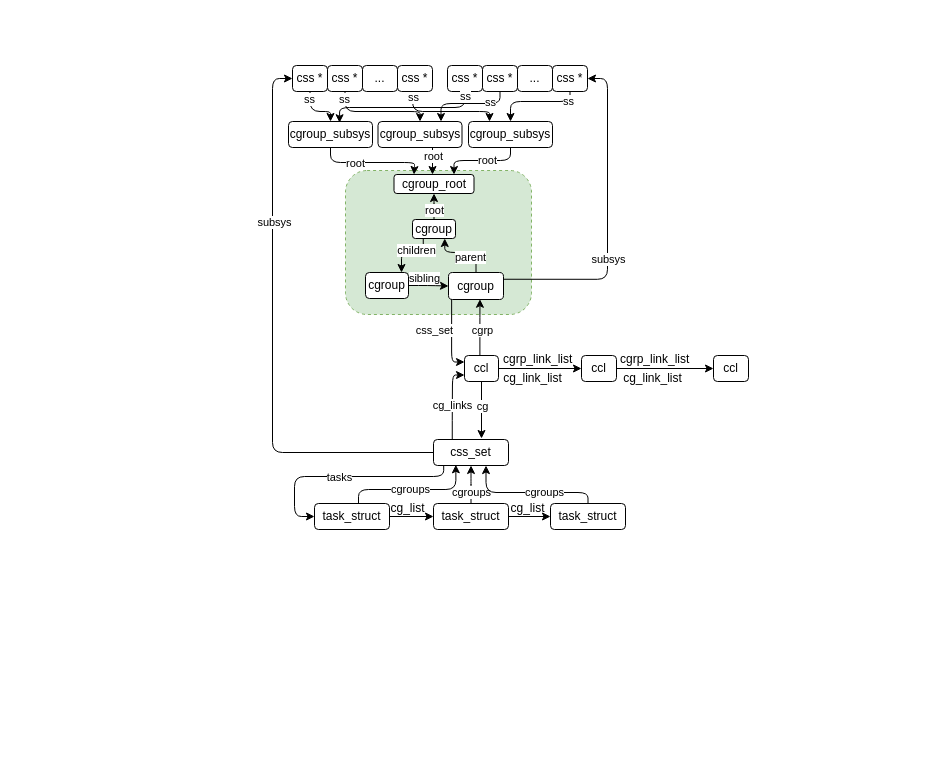
jasonactions/graph keeps this draw.io diagram as cgroup.drawio. Above is the earlier version. Source tidied: cells renumbered, new cells numbered last; positions are measured from the earlier drawing's top-left corner, leaving out a move shared by most shapes. Both pictures are drawn from the tidied source at 100%, with x=0, y=0 at pixel (288, 65).
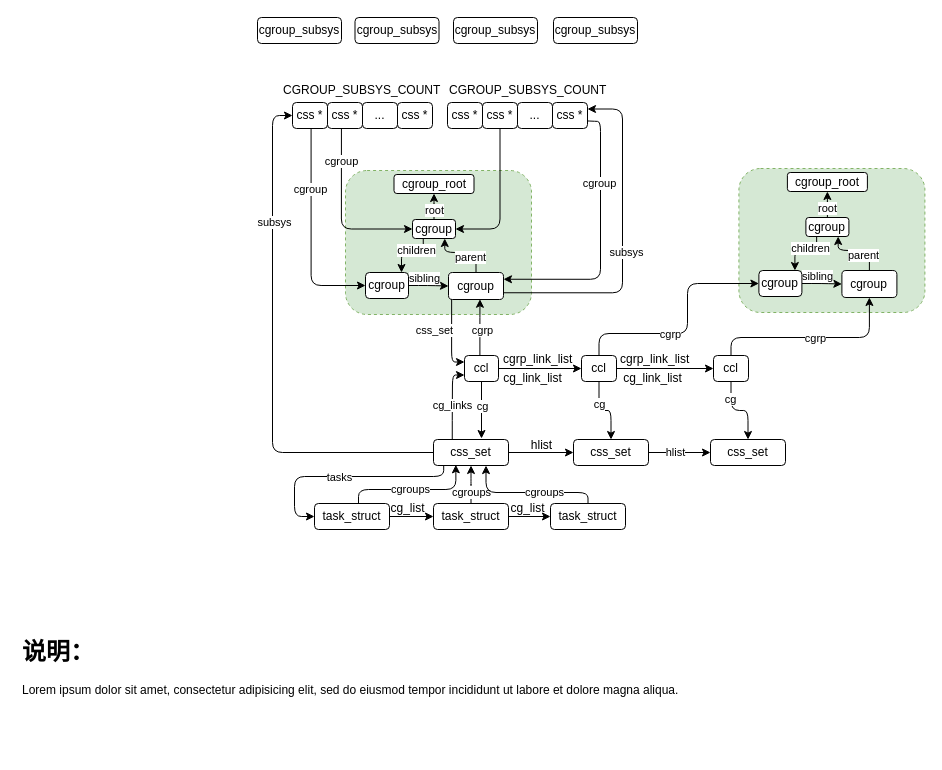
The same diagram, later.

Unchanged cells that the change refers to:
```xml
<mxCell id="15" value="css_set" style="rounded=1;whiteSpace=wrap;html=1;" parent="1" vertex="1">
  <mxGeometry x="145" y="374" width="75" height="26" as="geometry" />
</mxCell>
<mxCell id="38" value="cgroup" style="rounded=1;whiteSpace=wrap;html=1;" parent="1" vertex="1">
  <mxGeometry x="160" y="207" width="55" height="27" as="geometry" />
</mxCell>
<mxCell id="49" value="cgroup" style="rounded=1;whiteSpace=wrap;html=1;" parent="1" vertex="1">
  <mxGeometry x="77" y="207" width="43" height="26" as="geometry" />
</mxCell>
<mxCell id="54" value="cgroup" style="rounded=1;whiteSpace=wrap;html=1;" parent="1" vertex="1">
  <mxGeometry x="124" y="154" width="43" height="19" as="geometry" />
</mxCell>
<mxCell id="55" value="cgroup_root" style="rounded=1;whiteSpace=wrap;html=1;" parent="1" vertex="1">
  <mxGeometry x="105.5" y="109" width="80" height="19" as="geometry" />
</mxCell>
<mxCell id="62" value="ccl" style="rounded=1;whiteSpace=wrap;html=1;" parent="1" vertex="1">
  <mxGeometry x="293" y="290" width="35" height="26" as="geometry" />
</mxCell>
<mxCell id="63" value="ccl" style="rounded=1;whiteSpace=wrap;html=1;" parent="1" vertex="1">
  <mxGeometry x="425" y="290" width="35" height="26" as="geometry" />
</mxCell>
```

Change to the diagram source:
```diff
@@
+    <mxCell id="81" style="rounded=1;whiteSpace=wrap;html=1;fillColor=#d5e8d4;dashed=1;strokeColor=#82b366;" parent="1" vertex="1">
+      <mxGeometry x="450.4" y="103" width="186" height="144" as="geometry" />
+    </mxCell>
@@
+    <mxCell id="82" style="edgeStyle=orthogonalEdgeStyle;rounded=1;jettySize=auto;html=1;" parent="1" edge="1" source="15" target="100">
+      <mxGeometry relative="1" as="geometry" />
+    </mxCell>
@@
-    <mxCell id="22" style="edgeStyle=orthogonalEdgeStyle;rounded=1;jettySize=auto;html=1;entryX=0.5;entryY=0;entryDx=0;entryDy=0;" parent="1" edge="1" source="24" target="70">
-      <mxGeometry relative="1" as="geometry" />
-    </mxCell>
-    <mxCell id="23" value="ss" style="edgeLabel;html=1;align=center;verticalAlign=middle;rounded=1;" parent="22" vertex="1">
-      <mxGeometry x="-0.71" y="-1" relative="1" as="geometry" />
-    </mxCell>
+    <mxCell id="83" style="edgeStyle=orthogonalEdgeStyle;rounded=1;jettySize=auto;html=1;entryX=0;entryY=0.5;entryDx=0;entryDy=0;exitX=0.531;exitY=1.02;exitDx=0;exitDy=0;exitPerimeter=0;" parent="1" edge="1" source="24" target="49">
+      <mxGeometry relative="1" as="geometry">
+        <Array as="points">
+          <mxPoint x="23" y="220" />
+        </Array>
+      </mxGeometry>
+    </mxCell>
+    <mxCell id="84" value="cgroup" style="edgeLabel;html=1;align=center;verticalAlign=middle;" parent="83" vertex="1">
+      <mxGeometry x="-0.67" relative="1" as="geometry">
+        <mxPoint x="-1" y="25" as="offset" />
+      </mxGeometry>
+    </mxCell>
     <mxCell id="24" value="css *" style="rounded=1;whiteSpace=wrap;html=1;" parent="1" vertex="1">
-      <mxGeometry x="4" width="35" height="26" as="geometry" />
+      <mxGeometry x="4" y="37" width="35" height="26" as="geometry" />
     </mxCell>
-    <mxCell id="25" style="edgeStyle=orthogonalEdgeStyle;rounded=1;jettySize=auto;html=1;entryX=0.5;entryY=0;entryDx=0;entryDy=0;exitX=0.5;exitY=1;exitDx=0;exitDy=0;" parent="1" edge="1" source="27" target="76">
-      <mxGeometry relative="1" as="geometry">
-        <Array as="points">
-          <mxPoint x="57" y="46" />
-          <mxPoint x="132" y="46" />
-        </Array>
-      </mxGeometry>
-    </mxCell>
-    <mxCell id="26" value="ss" style="edgeLabel;html=1;align=center;verticalAlign=middle;rounded=1;" parent="25" vertex="1">
-      <mxGeometry x="-0.87" y="-1" relative="1" as="geometry" />
-    </mxCell>
+    <mxCell id="85" style="edgeStyle=orthogonalEdgeStyle;rounded=1;jettySize=auto;html=1;entryX=0;entryY=0.5;entryDx=0;entryDy=0;exitX=0.398;exitY=1.007;exitDx=0;exitDy=0;exitPerimeter=0;" parent="1" edge="1" source="27" target="54">
+      <mxGeometry relative="1" as="geometry" />
+    </mxCell>
+    <mxCell id="86" value="cgroup" style="edgeLabel;html=1;align=center;verticalAlign=middle;" parent="85" vertex="1">
+      <mxGeometry x="-0.63" relative="1" as="geometry" />
+    </mxCell>
     <mxCell id="27" value="css *" style="rounded=1;whiteSpace=wrap;html=1;" parent="1" vertex="1">
-      <mxGeometry x="39" width="35" height="26" as="geometry" />
+      <mxGeometry x="39" y="37" width="35" height="26" as="geometry" />
     </mxCell>
     <mxCell id="28" value="..." style="rounded=1;whiteSpace=wrap;html=1;" parent="1" vertex="1">
-      <mxGeometry x="74" width="35" height="26" as="geometry" />
+      <mxGeometry x="74" y="37" width="35" height="26" as="geometry" />
     </mxCell>
-    <mxCell id="29" style="edgeStyle=orthogonalEdgeStyle;rounded=1;jettySize=auto;html=1;entryX=0.25;entryY=0;entryDx=0;entryDy=0;exitX=0.429;exitY=0.995;exitDx=0;exitDy=0;exitPerimeter=0;" parent="1" edge="1" source="31" target="73">
-      <mxGeometry relative="1" as="geometry">
-        <Array as="points">
-          <mxPoint x="124" y="46" />
-          <mxPoint x="201" y="46" />
-        </Array>
-      </mxGeometry>
-    </mxCell>
-    <mxCell id="30" value="ss" style="edgeLabel;html=1;align=center;verticalAlign=middle;rounded=1;" parent="29" vertex="1">
-      <mxGeometry x="-0.88" relative="1" as="geometry" />
-    </mxCell>
     <mxCell id="31" value="css *" style="rounded=1;whiteSpace=wrap;html=1;" parent="1" vertex="1">
-      <mxGeometry x="109" width="35" height="26" as="geometry" />
+      <mxGeometry x="109" y="37" width="35" height="26" as="geometry" />
     </mxCell>
-    <mxCell id="32" style="edgeStyle=orthogonalEdgeStyle;rounded=1;jettySize=auto;html=1;entryX=1;entryY=0.5;entryDx=0;entryDy=0;exitX=1;exitY=0.25;exitDx=0;exitDy=0;" parent="1" edge="1" source="38" target="46">
-      <mxGeometry relative="1" as="geometry" />
+    <mxCell id="32" style="edgeStyle=orthogonalEdgeStyle;rounded=1;jettySize=auto;html=1;entryX=1;entryY=0.25;entryDx=0;entryDy=0;exitX=1;exitY=0.75;exitDx=0;exitDy=0;" parent="1" edge="1" source="38" target="46">
+      <mxGeometry relative="1" as="geometry">
+        <Array as="points">
+          <mxPoint x="334" y="227" />
+          <mxPoint x="334" y="43" />
+          <mxPoint x="299" y="43" />
+        </Array>
+      </mxGeometry>
     </mxCell>
     <mxCell id="33" value="subsys" style="edgeLabel;html=1;align=center;verticalAlign=middle;rounded=1;" parent="32" vertex="1">
       <mxGeometry x="-0.35" y="2" relative="1" as="geometry">
-        <mxPoint x="2" y="-18" as="offset" />
+        <mxPoint x="12" y="-39" as="offset" />
       </mxGeometry>
     </mxCell>
@@
     <mxCell id="39" value="css *" style="rounded=1;whiteSpace=wrap;html=1;" parent="1" vertex="1">
-      <mxGeometry x="159" width="35" height="26" as="geometry" />
+      <mxGeometry x="159" y="37" width="35" height="26" as="geometry" />
     </mxCell>
-    <mxCell id="40" style="edgeStyle=orthogonalEdgeStyle;rounded=1;jettySize=auto;html=1;entryX=0.75;entryY=0;entryDx=0;entryDy=0;exitX=0.5;exitY=1;exitDx=0;exitDy=0;" parent="1" edge="1" source="42" target="76">
-      <mxGeometry relative="1" as="geometry">
-        <Array as="points">
-          <mxPoint x="212" y="38" />
-          <mxPoint x="153" y="38" />
-        </Array>
-      </mxGeometry>
-    </mxCell>
-    <mxCell id="41" value="ss" style="edgeLabel;html=1;align=center;verticalAlign=middle;rounded=1;" parent="40" vertex="1">
-      <mxGeometry x="-0.83" y="-1" relative="1" as="geometry">
-        <mxPoint x="-9" y="2" as="offset" />
-      </mxGeometry>
-    </mxCell>
+    <mxCell id="87" style="edgeStyle=orthogonalEdgeStyle;rounded=1;jettySize=auto;html=1;entryX=1;entryY=0.5;entryDx=0;entryDy=0;exitX=0.5;exitY=1;exitDx=0;exitDy=0;" parent="1" edge="1" source="42" target="54">
+      <mxGeometry relative="1" as="geometry" />
+    </mxCell>
     <mxCell id="42" value="css *" style="rounded=1;whiteSpace=wrap;html=1;" parent="1" vertex="1">
-      <mxGeometry x="194" width="35" height="26" as="geometry" />
+      <mxGeometry x="194" y="37" width="35" height="26" as="geometry" />
     </mxCell>
     <mxCell id="43" value="..." style="rounded=1;whiteSpace=wrap;html=1;" parent="1" vertex="1">
-      <mxGeometry x="229" width="35" height="26" as="geometry" />
+      <mxGeometry x="229" y="37" width="35" height="26" as="geometry" />
     </mxCell>
-    <mxCell id="44" style="edgeStyle=orthogonalEdgeStyle;rounded=1;jettySize=auto;html=1;entryX=0.5;entryY=0;entryDx=0;entryDy=0;" parent="1" edge="1" source="46" target="73">
-      <mxGeometry relative="1" as="geometry">
-        <Array as="points">
-          <mxPoint x="282" y="36" />
-          <mxPoint x="222" y="36" />
-        </Array>
-      </mxGeometry>
-    </mxCell>
-    <mxCell id="45" value="ss" style="edgeLabel;html=1;align=center;verticalAlign=middle;rounded=1;" parent="44" vertex="1">
-      <mxGeometry x="-0.73" y="-1" relative="1" as="geometry" />
-    </mxCell>
+    <mxCell id="88" style="edgeStyle=orthogonalEdgeStyle;rounded=1;jettySize=auto;html=1;entryX=1;entryY=0.25;entryDx=0;entryDy=0;exitX=0.997;exitY=0.71;exitDx=0;exitDy=0;exitPerimeter=0;" parent="1" edge="1" source="46" target="38">
+      <mxGeometry relative="1" as="geometry">
+        <Array as="points">
+          <mxPoint x="300" y="55" />
+          <mxPoint x="312" y="56" />
+          <mxPoint x="312" y="214" />
+        </Array>
+      </mxGeometry>
+    </mxCell>
+    <mxCell id="89" value="cgroup" style="edgeLabel;html=1;align=center;verticalAlign=middle;" parent="88" vertex="1">
+      <mxGeometry x="-0.44" y="-2" relative="1" as="geometry" />
+    </mxCell>
     <mxCell id="46" value="css *" style="rounded=1;whiteSpace=wrap;html=1;" parent="1" vertex="1">
-      <mxGeometry x="264" width="35" height="26" as="geometry" />
+      <mxGeometry x="264" y="37" width="35" height="26" as="geometry" />
     </mxCell>
@@
+    <mxCell id="90" style="edgeStyle=orthogonalEdgeStyle;rounded=1;jettySize=auto;html=1;" parent="1" edge="1" source="62" target="100">
+      <mxGeometry relative="1" as="geometry" />
+    </mxCell>
+    <mxCell id="91" value="cg" style="edgeLabel;html=1;align=center;verticalAlign=middle;" parent="90" vertex="1">
+      <mxGeometry x="-0.37" relative="1" as="geometry" />
+    </mxCell>
+    <mxCell id="92" style="edgeStyle=orthogonalEdgeStyle;rounded=1;jettySize=auto;html=1;entryX=0;entryY=0.5;entryDx=0;entryDy=0;" parent="1" edge="1" source="62" target="112">
+      <mxGeometry relative="1" as="geometry">
+        <Array as="points">
+          <mxPoint x="310" y="268" />
+          <mxPoint x="399" y="268" />
+          <mxPoint x="399" y="218" />
+        </Array>
+      </mxGeometry>
+    </mxCell>
+    <mxCell id="93" value="cgrp" style="edgeLabel;html=1;align=center;verticalAlign=middle;" parent="92" vertex="1">
+      <mxGeometry x="-0.2" relative="1" as="geometry" />
+    </mxCell>
@@
+    <mxCell id="94" style="edgeStyle=orthogonalEdgeStyle;rounded=1;jettySize=auto;html=1;entryX=0.5;entryY=0;entryDx=0;entryDy=0;" parent="1" edge="1" source="63" target="101">
+      <mxGeometry relative="1" as="geometry" />
+    </mxCell>
+    <mxCell id="95" value="cg" style="edgeLabel;html=1;align=center;verticalAlign=middle;" parent="94" vertex="1">
+      <mxGeometry x="-0.55" y="-1" relative="1" as="geometry" />
+    </mxCell>
+    <mxCell id="96" style="edgeStyle=orthogonalEdgeStyle;rounded=1;jettySize=auto;html=1;entryX=0.5;entryY=1;entryDx=0;entryDy=0;" parent="1" edge="1" source="63" target="109">
+      <mxGeometry relative="1" as="geometry">
+        <Array as="points">
+          <mxPoint x="442" y="272" />
+          <mxPoint x="581" y="272" />
+        </Array>
+      </mxGeometry>
+    </mxCell>
+    <mxCell id="97" value="cgrp" style="edgeLabel;html=1;align=center;verticalAlign=middle;" parent="96" vertex="1">
+      <mxGeometry x="0.04" relative="1" as="geometry" />
+    </mxCell>
@@
-    <mxCell id="68" style="edgeStyle=orthogonalEdgeStyle;rounded=1;jettySize=auto;html=1;entryX=0.25;entryY=0;entryDx=0;entryDy=0;exitX=0.5;exitY=1;exitDx=0;exitDy=0;" parent="1" edge="1" source="70" target="55">
-      <mxGeometry relative="1" as="geometry">
-        <Array as="points">
-          <mxPoint x="42" y="97" />
-          <mxPoint x="126" y="97" />
-          <mxPoint x="126" y="101" />
-          <mxPoint x="126" y="101" />
-        </Array>
-      </mxGeometry>
-    </mxCell>
-    <mxCell id="69" value="root" style="edgeLabel;html=1;align=center;verticalAlign=middle;rounded=1;" parent="68" vertex="1">
-      <mxGeometry x="-0.3" relative="1" as="geometry" />
-    </mxCell>
     <mxCell id="70" value="cgroup_subsys" style="rounded=1;whiteSpace=wrap;html=1;" parent="1" vertex="1">
-      <mxGeometry y="56" width="84" height="26" as="geometry" />
+      <mxGeometry x="-31" y="-48" width="84" height="26" as="geometry" />
     </mxCell>
-    <mxCell id="71" style="edgeStyle=orthogonalEdgeStyle;rounded=1;jettySize=auto;html=1;entryX=0.75;entryY=0;entryDx=0;entryDy=0;" parent="1" edge="1" source="73" target="55">
-      <mxGeometry relative="1" as="geometry">
-        <Array as="points">
-          <mxPoint x="222" y="95" />
-          <mxPoint x="166" y="95" />
-        </Array>
-      </mxGeometry>
-    </mxCell>
-    <mxCell id="72" value="root" style="edgeLabel;html=1;align=center;verticalAlign=middle;rounded=1;" parent="71" vertex="1">
-      <mxGeometry x="-0.11" y="-1" relative="1" as="geometry" />
-    </mxCell>
     <mxCell id="73" value="cgroup_subsys" style="rounded=1;whiteSpace=wrap;html=1;" parent="1" vertex="1">
-      <mxGeometry x="180" y="56" width="84" height="26" as="geometry" />
+      <mxGeometry x="165" y="-48" width="84" height="26" as="geometry" />
     </mxCell>
-    <mxCell id="74" style="edgeStyle=orthogonalEdgeStyle;rounded=1;orthogonalLoop=1;jettySize=auto;html=1;entryX=0.5;entryY=0;entryDx=0;entryDy=0;exitX=0.696;exitY=0.969;exitDx=0;exitDy=0;exitPerimeter=0;" parent="1" edge="1">
-      <mxGeometry relative="1" as="geometry">
-        <mxPoint x="144" y="81.2" as="sourcePoint" />
-        <mxPoint x="144" y="109" as="targetPoint" />
-      </mxGeometry>
-    </mxCell>
-    <mxCell id="75" value="root" style="edgeLabel;html=1;align=center;verticalAlign=middle;rounded=1;" parent="74" vertex="1">
-      <mxGeometry x="-0.35" y="1" relative="1" as="geometry">
-        <mxPoint x="-1" as="offset" />
-      </mxGeometry>
-    </mxCell>
     <mxCell id="76" value="cgroup_subsys" style="rounded=1;whiteSpace=wrap;html=1;" parent="1" vertex="1">
-      <mxGeometry x="89.5" y="56" width="84" height="26" as="geometry" />
+      <mxGeometry x="66.5" y="-48" width="84" height="26" as="geometry" />
     </mxCell>
-    <mxCell id="77" style="edgeStyle=orthogonalEdgeStyle;rounded=1;jettySize=auto;html=1;entryX=0.608;entryY=0.048;entryDx=0;entryDy=0;entryPerimeter=0;exitX=0.5;exitY=1;exitDx=0;exitDy=0;" parent="1" edge="1" source="39" target="70">
-      <mxGeometry relative="1" as="geometry">
-        <Array as="points">
-          <mxPoint x="177" y="42" />
-          <mxPoint x="51" y="42" />
-        </Array>
-      </mxGeometry>
-    </mxCell>
-    <mxCell id="78" value="ss" style="edgeLabel;html=1;align=center;verticalAlign=middle;rounded=1;" parent="77" vertex="1">
-      <mxGeometry x="-0.94" relative="1" as="geometry">
-        <mxPoint y="-1" as="offset" />
-      </mxGeometry>
-    </mxCell>
@@
+    <mxCell id="98" style="edgeStyle=orthogonalEdgeStyle;rounded=1;jettySize=auto;html=1;entryX=0;entryY=0.5;entryDx=0;entryDy=0;" parent="1" edge="1" source="100" target="101">
+      <mxGeometry relative="1" as="geometry" />
+    </mxCell>
+    <mxCell id="99" value="hlist" style="edgeLabel;html=1;align=center;verticalAlign=middle;" parent="98" vertex="1">
+      <mxGeometry x="-0.15" y="1" relative="1" as="geometry" />
+    </mxCell>
+    <mxCell id="100" value="css_set" style="rounded=1;whiteSpace=wrap;html=1;" parent="1" vertex="1">
+      <mxGeometry x="285" y="374" width="75" height="26" as="geometry" />
+    </mxCell>
+    <mxCell id="101" value="css_set" style="rounded=1;whiteSpace=wrap;html=1;" parent="1" vertex="1">
+      <mxGeometry x="422" y="374" width="75" height="26" as="geometry" />
+    </mxCell>
+    <mxCell id="102" value="hlist" style="text;html=1;align=center;verticalAlign=middle;strokeColor=none;fillColor=none;" parent="1" vertex="1">
+      <mxGeometry x="233" y="367" width="39" height="26" as="geometry" />
+    </mxCell>
+    <mxCell id="103" value="CGROUP_SUBSYS_COUNT" style="text;whiteSpace=wrap;" parent="1" vertex="1">
+      <mxGeometry x="-7" y="11" width="152.5" height="26" as="geometry" />
+    </mxCell>
+    <mxCell id="104" value="CGROUP_SUBSYS_COUNT" style="text;whiteSpace=wrap;" parent="1" vertex="1">
+      <mxGeometry x="159" y="11" width="152.5" height="26" as="geometry" />
+    </mxCell>
+    <mxCell id="105" value="&lt;h1&gt;说明：&lt;/h1&gt;&lt;p&gt;Lorem ipsum dolor sit amet, consectetur adipisicing elit, sed do eiusmod tempor incididunt ut labore et dolore magna aliqua.&lt;/p&gt;" style="text;html=1;strokeColor=none;fillColor=none;spacing=5;spacingTop=-20;whiteSpace=wrap;overflow=hidden;rounded=0;" parent="1" vertex="1">
+      <mxGeometry x="-271" y="567" width="870" height="120" as="geometry" />
+    </mxCell>
+    <mxCell id="106" value="cgroup_subsys" style="rounded=1;whiteSpace=wrap;html=1;" parent="1" vertex="1">
+      <mxGeometry x="265" y="-48" width="84" height="26" as="geometry" />
+    </mxCell>
+    <mxCell id="107" style="edgeStyle=orthogonalEdgeStyle;rounded=1;jettySize=auto;html=1;entryX=0.75;entryY=1;entryDx=0;entryDy=0;exitX=0.5;exitY=0;exitDx=0;exitDy=0;" parent="1" edge="1" source="109" target="117">
+      <mxGeometry relative="1" as="geometry" />
+    </mxCell>
+    <mxCell id="108" value="parent" style="edgeLabel;html=1;align=center;verticalAlign=middle;rounded=1;" parent="107" vertex="1">
+      <mxGeometry x="-0.26" relative="1" as="geometry">
+        <mxPoint x="-2" y="4" as="offset" />
+      </mxGeometry>
+    </mxCell>
+    <mxCell id="109" value="cgroup" style="rounded=1;whiteSpace=wrap;html=1;" parent="1" vertex="1">
+      <mxGeometry x="553.4" y="205" width="55" height="27" as="geometry" />
+    </mxCell>
+    <mxCell id="110" style="edgeStyle=orthogonalEdgeStyle;rounded=1;jettySize=auto;html=1;exitX=1;exitY=0.5;exitDx=0;exitDy=0;" parent="1" edge="1" source="112" target="109">
+      <mxGeometry relative="1" as="geometry" />
+    </mxCell>
+    <mxCell id="111" value="sibling" style="edgeLabel;html=1;align=center;verticalAlign=middle;rounded=1;" parent="110" vertex="1">
+      <mxGeometry x="-0.34" relative="1" as="geometry">
+        <mxPoint x="2" y="-8" as="offset" />
+      </mxGeometry>
+    </mxCell>
+    <mxCell id="112" value="cgroup" style="rounded=1;whiteSpace=wrap;html=1;" parent="1" vertex="1">
+      <mxGeometry x="470.4" y="205" width="43" height="26" as="geometry" />
+    </mxCell>
+    <mxCell id="113" style="edgeStyle=orthogonalEdgeStyle;rounded=1;jettySize=auto;html=1;exitX=0.25;exitY=1;exitDx=0;exitDy=0;" parent="1" edge="1" source="117" target="112">
+      <mxGeometry relative="1" as="geometry">
+        <Array as="points">
+          <mxPoint x="528.4" y="184" />
+          <mxPoint x="506.4" y="184" />
+        </Array>
+      </mxGeometry>
+    </mxCell>
+    <mxCell id="114" value="children" style="edgeLabel;html=1;align=center;verticalAlign=middle;rounded=1;" parent="113" vertex="1">
+      <mxGeometry x="-0.3" y="-2" relative="1" as="geometry" />
+    </mxCell>
+    <mxCell id="115" style="edgeStyle=orthogonalEdgeStyle;rounded=1;jettySize=auto;html=1;entryX=0.5;entryY=1;entryDx=0;entryDy=0;" parent="1" edge="1" source="117" target="118">
+      <mxGeometry relative="1" as="geometry" />
+    </mxCell>
+    <mxCell id="116" value="root" style="edgeLabel;html=1;align=center;verticalAlign=middle;rounded=1;" parent="115" vertex="1">
+      <mxGeometry x="-0.4" y="-3" relative="1" as="geometry">
+        <mxPoint x="-3" y="6" as="offset" />
+      </mxGeometry>
+    </mxCell>
+    <mxCell id="117" value="cgroup" style="rounded=1;whiteSpace=wrap;html=1;" parent="1" vertex="1">
+      <mxGeometry x="517.4" y="152" width="43" height="19" as="geometry" />
+    </mxCell>
+    <mxCell id="118" value="cgroup_root" style="rounded=1;whiteSpace=wrap;html=1;" parent="1" vertex="1">
+      <mxGeometry x="498.9" y="107" width="80" height="19" as="geometry" />
+    </mxCell>
```
